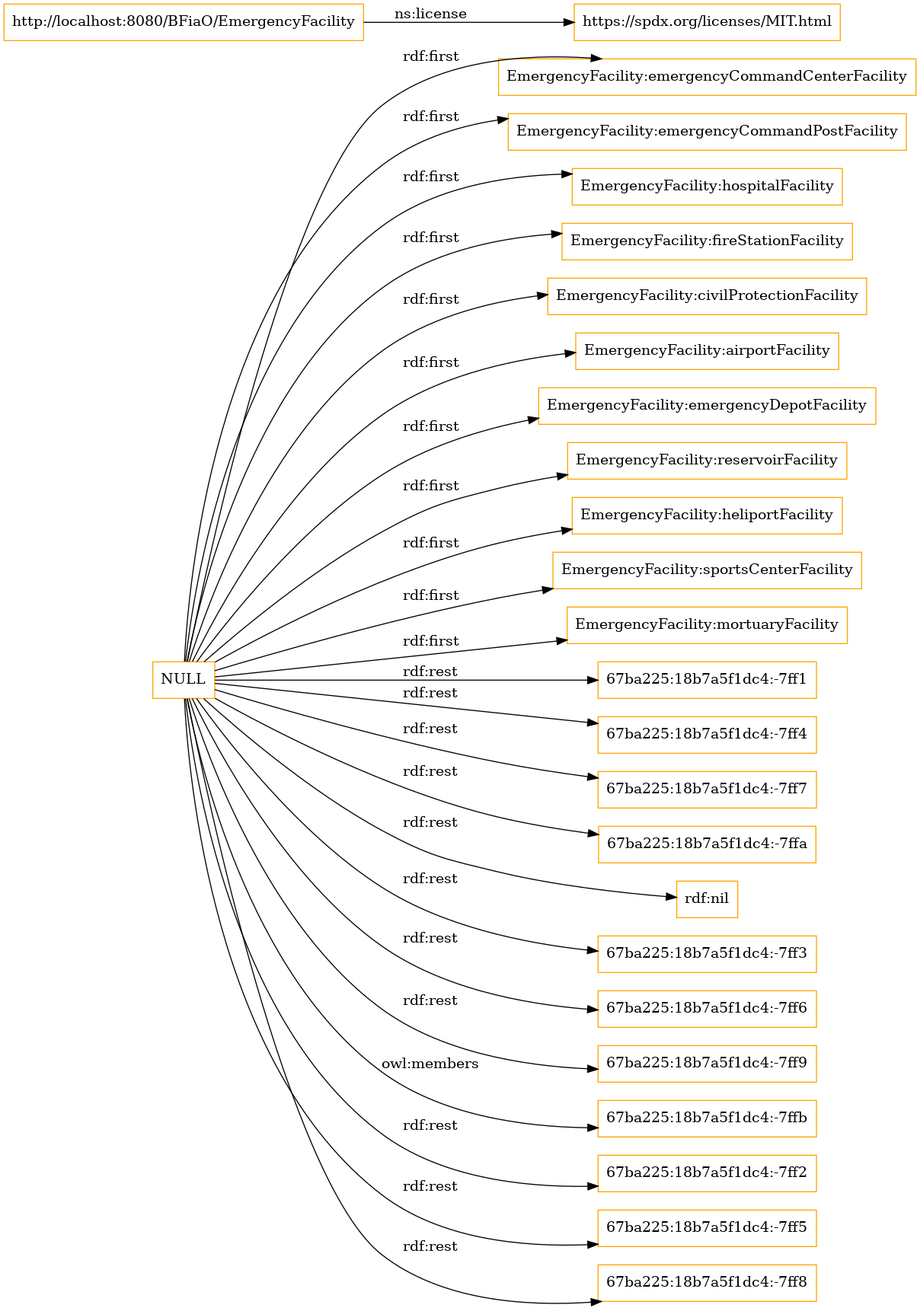
Earlier version of the Graphviz export OnToology/EmergencyFacility.owl/diagrams/ar2dtool-class/EmergencyFacility.owl.png (ahmad88me/bfiao). Its source is kept beside it as OnToology/EmergencyFacility.owl/diagrams/ar2dtool-class/EmergencyFacility.owl.png.dot.
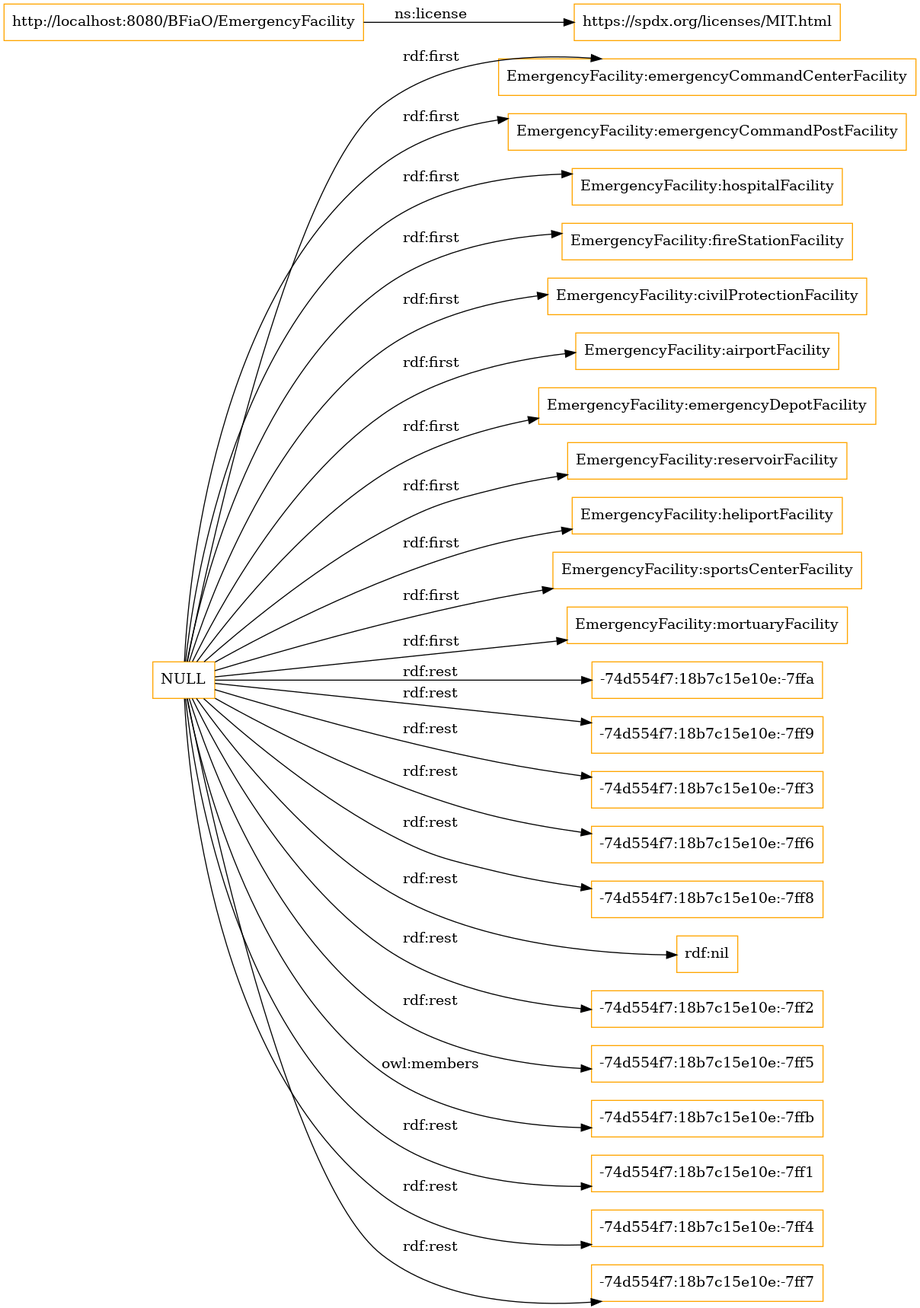
The same file after the commit.

Diff of the diagram source:
```diff
@@ -2,29 +2,29 @@
 rankdir=LR;
 size="1501"
 node [shape = rectangle, color="orange"]; "EmergencyFacility:emergencyCommandCenterFacility" "EmergencyFacility:emergencyCommandPostFacility" "EmergencyFacility:hospitalFacility" "EmergencyFacility:fireStationFacility" "EmergencyFacility:civilProtectionFacility" "EmergencyFacility:airportFacility" "EmergencyFacility:emergencyDepotFacility" "EmergencyFacility:reservoirFacility" "EmergencyFacility:heliportFacility" "EmergencyFacility:sportsCenterFacility" "EmergencyFacility:mortuaryFacility" ; /*classes style*/
+	"NULL" -> "-74d554f7:18b7c15e10e:-7ffa" [ label = "rdf:rest" ];
 	"NULL" -> "EmergencyFacility:civilProtectionFacility" [ label = "rdf:first" ];
 	"NULL" -> "EmergencyFacility:emergencyCommandPostFacility" [ label = "rdf:first" ];
-	"NULL" -> "67ba225:18b7a5f1dc4:-7ff1" [ label = "rdf:rest" ];
-	"NULL" -> "67ba225:18b7a5f1dc4:-7ff4" [ label = "rdf:rest" ];
-	"NULL" -> "67ba225:18b7a5f1dc4:-7ff7" [ label = "rdf:rest" ];
-	"NULL" -> "67ba225:18b7a5f1dc4:-7ffa" [ label = "rdf:rest" ];
+	"NULL" -> "-74d554f7:18b7c15e10e:-7ff9" [ label = "rdf:rest" ];
+	"NULL" -> "-74d554f7:18b7c15e10e:-7ff3" [ label = "rdf:rest" ];
+	"NULL" -> "-74d554f7:18b7c15e10e:-7ff6" [ label = "rdf:rest" ];
 	"NULL" -> "EmergencyFacility:emergencyDepotFacility" [ label = "rdf:first" ];
+	"NULL" -> "-74d554f7:18b7c15e10e:-7ff8" [ label = "rdf:rest" ];
 	"NULL" -> "EmergencyFacility:hospitalFacility" [ label = "rdf:first" ];
 	"NULL" -> "rdf:nil" [ label = "rdf:rest" ];
+	"NULL" -> "-74d554f7:18b7c15e10e:-7ff2" [ label = "rdf:rest" ];
+	"NULL" -> "-74d554f7:18b7c15e10e:-7ff5" [ label = "rdf:rest" ];
+	"NULL" -> "EmergencyFacility:airportFacility" [ label = "rdf:first" ];
 	"NULL" -> "EmergencyFacility:heliportFacility" [ label = "rdf:first" ];
-	"NULL" -> "67ba225:18b7a5f1dc4:-7ff3" [ label = "rdf:rest" ];
-	"NULL" -> "67ba225:18b7a5f1dc4:-7ff6" [ label = "rdf:rest" ];
-	"NULL" -> "67ba225:18b7a5f1dc4:-7ff9" [ label = "rdf:rest" ];
-	"NULL" -> "EmergencyFacility:airportFacility" [ label = "rdf:first" ];
+	"NULL" -> "-74d554f7:18b7c15e10e:-7ffb" [ label = "owl:members" ];
 	"NULL" -> "EmergencyFacility:emergencyCommandCenterFacility" [ label = "rdf:first" ];
+	"NULL" -> "EmergencyFacility:fireStationFacility" [ label = "rdf:first" ];
 	"NULL" -> "EmergencyFacility:reservoirFacility" [ label = "rdf:first" ];
-	"NULL" -> "EmergencyFacility:fireStationFacility" [ label = "rdf:first" ];
+	"NULL" -> "EmergencyFacility:sportsCenterFacility" [ label = "rdf:first" ];
 	"NULL" -> "EmergencyFacility:mortuaryFacility" [ label = "rdf:first" ];
-	"NULL" -> "67ba225:18b7a5f1dc4:-7ffb" [ label = "owl:members" ];
-	"NULL" -> "EmergencyFacility:sportsCenterFacility" [ label = "rdf:first" ];
-	"NULL" -> "67ba225:18b7a5f1dc4:-7ff2" [ label = "rdf:rest" ];
-	"NULL" -> "67ba225:18b7a5f1dc4:-7ff5" [ label = "rdf:rest" ];
-	"NULL" -> "67ba225:18b7a5f1dc4:-7ff8" [ label = "rdf:rest" ];
+	"NULL" -> "-74d554f7:18b7c15e10e:-7ff1" [ label = "rdf:rest" ];
+	"NULL" -> "-74d554f7:18b7c15e10e:-7ff4" [ label = "rdf:rest" ];
+	"NULL" -> "-74d554f7:18b7c15e10e:-7ff7" [ label = "rdf:rest" ];
 	"http://localhost:8080/BFiaO/EmergencyFacility" -> "https://spdx.org/licenses/MIT.html" [ label = "ns:license" ];
 
 }
```
